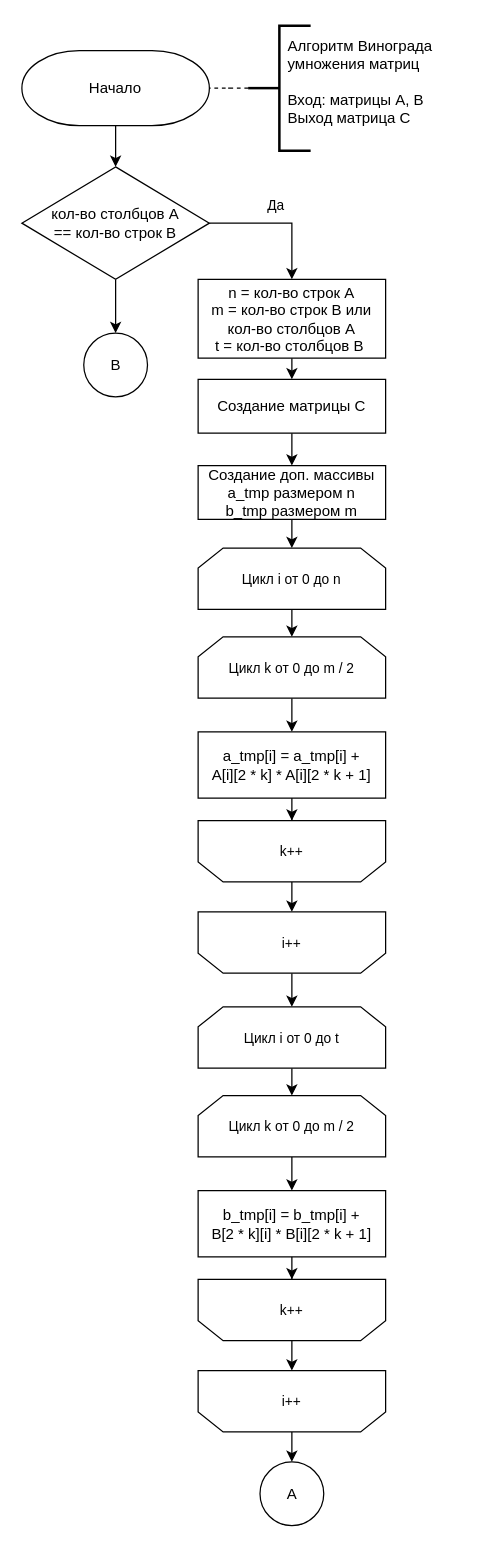
The draw.io diagram page "Vinograd_alg_1" (2 of 5) of lab_02/docs/img/algoritms.drawio in Mansurow/bmstu-iu7-5sem-AA, before the edit. Source tidied: cells renumbered, new cells numbered last; positions are measured from the earlier drawing's top-left corner, leaving out a move shared by most shapes. Both pictures are drawn from the tidied source at 125%, with x=0, y=0 at pixel (21, 25).
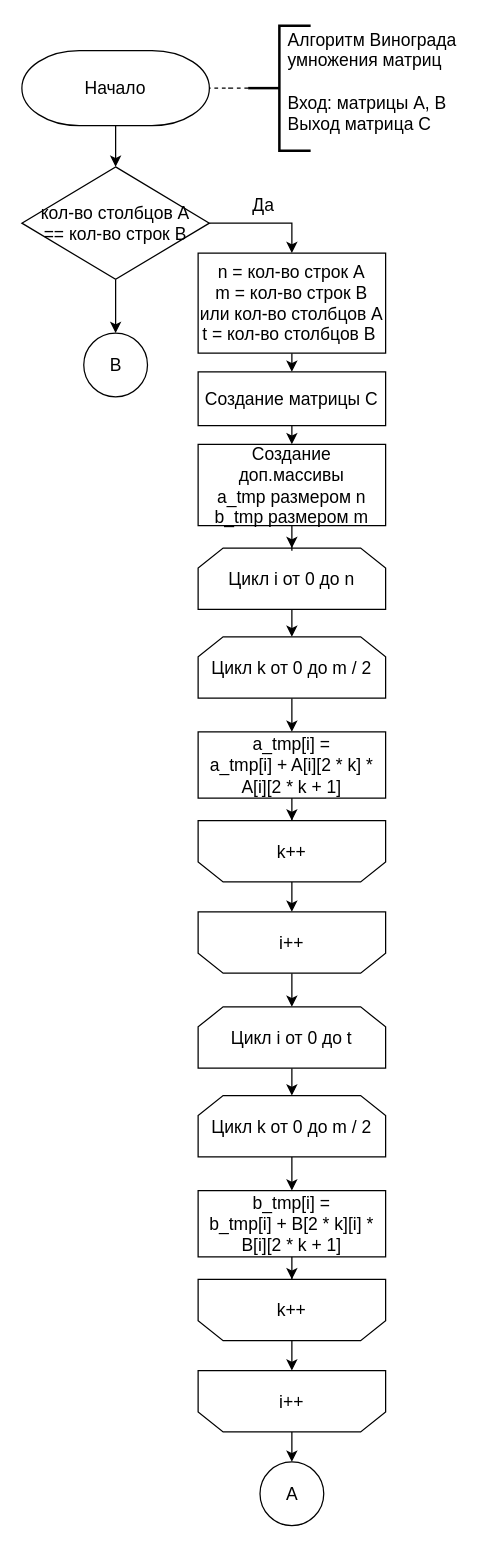
After the change.

Diff of the diagram source:
```diff
@@
-    <mxCell id="2" style="edgeStyle=orthogonalEdgeStyle;rounded=0;jettySize=auto;html=1;" parent="1" edge="1" source="3" target="7">
+    <mxCell id="2" style="edgeStyle=orthogonalEdgeStyle;rounded=0;jettySize=auto;html=1;fontSize=14;" parent="1" edge="1" source="3" target="7">
       <mxGeometry relative="1" as="geometry" />
     </mxCell>
-    <mxCell id="3" value="Начало" style="strokeWidth=1;html=1;shape=mxgraph.flowchart.terminator;whiteSpace=wrap;" parent="1" vertex="1">
+    <mxCell id="3" value="Начало" style="strokeWidth=1;html=1;shape=mxgraph.flowchart.terminator;whiteSpace=wrap;fontSize=14;" parent="1" vertex="1">
       <mxGeometry y="20" width="150" height="60" as="geometry" />
     </mxCell>
-    <mxCell id="4" style="edgeStyle=orthogonalEdgeStyle;rounded=0;jettySize=auto;html=1;exitX=1;exitY=0.5;exitDx=0;exitDy=0;" parent="1" edge="1" source="7" target="9">
+    <mxCell id="4" style="edgeStyle=orthogonalEdgeStyle;rounded=0;jettySize=auto;html=1;exitX=1;exitY=0.5;exitDx=0;exitDy=0;fontSize=14;" parent="1" edge="1" source="7" target="9">
       <mxGeometry relative="1" as="geometry" />
     </mxCell>
-    <mxCell id="5" value="Да" style="edgeLabel;html=1;align=center;verticalAlign=middle;" parent="4" vertex="1">
+    <mxCell id="5" value="Да" style="edgeLabel;html=1;align=center;verticalAlign=middle;fontSize=14;" parent="4" vertex="1">
       <mxGeometry x="-0.06" y="-1" relative="1" as="geometry">
         <mxPoint y="-16" as="offset" />
       </mxGeometry>
     </mxCell>
-    <mxCell id="6" style="edgeStyle=orthogonalEdgeStyle;rounded=0;jettySize=auto;html=1;exitX=0.5;exitY=1;exitDx=0;exitDy=0;endArrow=classic;endFill=1;" parent="1" edge="1" source="7" target="38">
+    <mxCell id="6" style="edgeStyle=orthogonalEdgeStyle;rounded=0;jettySize=auto;html=1;exitX=0.5;exitY=1;exitDx=0;exitDy=0;endArrow=classic;endFill=1;fontSize=14;" parent="1" edge="1" source="7" target="38">
       <mxGeometry relative="1" as="geometry" />
     </mxCell>
-    <mxCell id="7" value="кол-во столбцов A &lt;br&gt;== кол-во строк B" style="rhombus;whiteSpace=wrap;html=1;" parent="1" vertex="1">
+    <mxCell id="7" value="кол-во столбцов A &lt;br style=&quot;font-size: 14px;&quot;&gt;== кол-во строк B" style="rhombus;whiteSpace=wrap;html=1;fontSize=14;" parent="1" vertex="1">
       <mxGeometry y="113" width="150" height="90" as="geometry" />
     </mxCell>
-    <mxCell id="8" style="edgeStyle=orthogonalEdgeStyle;rounded=0;jettySize=auto;html=1;exitX=0.5;exitY=1;exitDx=0;exitDy=0;entryX=0.5;entryY=0;entryDx=0;entryDy=0;endArrow=classic;endFill=1;" parent="1" edge="1" source="9" target="16">
+    <mxCell id="8" style="edgeStyle=orthogonalEdgeStyle;rounded=0;jettySize=auto;html=1;exitX=0.5;exitY=1;exitDx=0;exitDy=0;entryX=0.5;entryY=0;entryDx=0;entryDy=0;endArrow=classic;endFill=1;fontSize=14;" parent="1" edge="1" source="9" target="16">
       <mxGeometry relative="1" as="geometry" />
     </mxCell>
-    <mxCell id="9" value="n = кол-во строк A&lt;br&gt;m = кол-во строк B или кол-во столбцов A&lt;br&gt;t = кол-во столбцов B&amp;nbsp;" style="rounded=0;whiteSpace=wrap;html=1;absoluteArcSize=1;arcSize=14;strokeWidth=1;" parent="1" vertex="1">
-      <mxGeometry x="141" y="203" width="150" height="63" as="geometry" />
+    <mxCell id="9" value="n = кол-во строк A&lt;br style=&quot;font-size: 14px;&quot;&gt;m = кол-во строк B или кол-во столбцов A&lt;br style=&quot;font-size: 14px;&quot;&gt;t = кол-во столбцов B&amp;nbsp;" style="rounded=0;whiteSpace=wrap;html=1;absoluteArcSize=1;arcSize=14;strokeWidth=1;fontSize=14;" parent="1" vertex="1">
+      <mxGeometry x="141" y="182" width="150" height="80" as="geometry" />
     </mxCell>
-    <mxCell id="10" style="edgeStyle=orthogonalEdgeStyle;rounded=0;jettySize=auto;html=1;endArrow=classic;endFill=1;" parent="1" edge="1" source="11" target="20">
+    <mxCell id="10" style="edgeStyle=orthogonalEdgeStyle;rounded=0;jettySize=auto;html=1;endArrow=classic;endFill=1;fontSize=14;" parent="1" edge="1" source="11" target="20">
       <mxGeometry relative="1" as="geometry" />
     </mxCell>
-    <mxCell id="11" value="&lt;span style=&quot;font-size: 11px;&quot;&gt;Цикл i от 0 до n&lt;/span&gt;" style="shape=loopLimit;whiteSpace=wrap;html=1;" parent="1" vertex="1">
+    <mxCell id="11" value="&lt;span style=&quot;font-size: 14px;&quot;&gt;Цикл i от 0 до n&lt;/span&gt;" style="shape=loopLimit;whiteSpace=wrap;html=1;fontSize=14;" parent="1" vertex="1">
       <mxGeometry x="141" y="418" width="150" height="49" as="geometry" />
     </mxCell>
-    <mxCell id="12" style="edgeStyle=orthogonalEdgeStyle;rounded=0;jettySize=auto;html=1;endArrow=none;endFill=0;dashed=1;" parent="1" edge="1" source="13" target="3">
+    <mxCell id="12" style="edgeStyle=orthogonalEdgeStyle;rounded=0;jettySize=auto;html=1;endArrow=none;endFill=0;dashed=1;fontSize=14;" parent="1" edge="1" source="13" target="3">
       <mxGeometry relative="1" as="geometry" />
     </mxCell>
-    <mxCell id="13" style="strokeWidth=2;html=1;shape=mxgraph.flowchart.annotation_2;align=left;labelPosition=right;" parent="1" vertex="1">
+    <mxCell id="13" style="strokeWidth=2;html=1;shape=mxgraph.flowchart.annotation_2;align=left;labelPosition=right;fontSize=14;" parent="1" vertex="1">
       <mxGeometry x="181" width="50" height="100" as="geometry" />
     </mxCell>
-    <mxCell id="14" value="Алгоритм Винограда&lt;br&gt;умножения матриц&lt;br&gt;&lt;br&gt;Вход: матрицы A, B&lt;br&gt;Выход матрица С" style="text;html=1;align=left;verticalAlign=middle;strokeColor=none;fillColor=none;" parent="1" vertex="1">
-      <mxGeometry x="211" y="3" width="134" height="84" as="geometry" />
+    <mxCell id="14" value="Алгоритм Винограда&lt;br style=&quot;font-size: 14px;&quot;&gt;умножения матриц&lt;br style=&quot;font-size: 14px;&quot;&gt;&lt;br style=&quot;font-size: 14px;&quot;&gt;Вход: матрицы A, B&lt;br style=&quot;font-size: 14px;&quot;&gt;Выход матрица С" style="text;html=1;align=left;verticalAlign=middle;strokeColor=none;fillColor=none;fontSize=14;" parent="1" vertex="1">
+      <mxGeometry x="211" y="-3" width="153" height="96" as="geometry" />
     </mxCell>
-    <mxCell id="15" style="edgeStyle=orthogonalEdgeStyle;rounded=0;jettySize=auto;html=1;exitX=0.5;exitY=1;exitDx=0;exitDy=0;entryX=0.5;entryY=0;entryDx=0;entryDy=0;endArrow=classic;endFill=1;" parent="1" edge="1" source="16" target="18">
+    <mxCell id="15" style="edgeStyle=orthogonalEdgeStyle;rounded=0;jettySize=auto;html=1;exitX=0.5;exitY=1;exitDx=0;exitDy=0;entryX=0.5;entryY=0;entryDx=0;entryDy=0;endArrow=classic;endFill=1;fontSize=14;" parent="1" edge="1" source="16" target="18">
       <mxGeometry relative="1" as="geometry" />
     </mxCell>
-    <mxCell id="16" value="Создание матрицы C" style="rounded=0;whiteSpace=wrap;html=1;absoluteArcSize=1;arcSize=14;strokeWidth=1;" parent="1" vertex="1">
-      <mxGeometry x="141" y="283" width="150" height="43" as="geometry" />
+    <mxCell id="16" value="Создание матрицы C" style="rounded=0;whiteSpace=wrap;html=1;absoluteArcSize=1;arcSize=14;strokeWidth=1;fontSize=14;" parent="1" vertex="1">
+      <mxGeometry x="141" y="277" width="150" height="43" as="geometry" />
     </mxCell>
-    <mxCell id="17" style="edgeStyle=orthogonalEdgeStyle;rounded=0;jettySize=auto;html=1;endArrow=classic;endFill=1;" parent="1" edge="1" source="18" target="11">
+    <mxCell id="17" style="edgeStyle=orthogonalEdgeStyle;rounded=0;jettySize=auto;html=1;endArrow=classic;endFill=1;fontSize=14;" parent="1" edge="1" source="18" target="11">
       <mxGeometry relative="1" as="geometry" />
     </mxCell>
-    <mxCell id="18" value="Создание доп. массивы&lt;br&gt;a_tmp размером n&lt;br&gt;b_tmp размером m" style="rounded=0;whiteSpace=wrap;html=1;absoluteArcSize=1;arcSize=14;strokeWidth=1;" parent="1" vertex="1">
-      <mxGeometry x="141" y="352" width="150" height="43" as="geometry" />
+    <mxCell id="18" value="Создание доп.массивы&lt;br style=&quot;font-size: 14px;&quot;&gt;a_tmp размером n&lt;br style=&quot;font-size: 14px;&quot;&gt;b_tmp размером m" style="rounded=0;whiteSpace=wrap;html=1;absoluteArcSize=1;arcSize=14;strokeWidth=1;fontSize=14;" parent="1" vertex="1">
+      <mxGeometry x="141" y="335" width="150" height="65" as="geometry" />
     </mxCell>
-    <mxCell id="19" style="edgeStyle=orthogonalEdgeStyle;rounded=0;jettySize=auto;html=1;endArrow=classic;endFill=1;" parent="1" edge="1" source="20" target="22">
+    <mxCell id="19" style="edgeStyle=orthogonalEdgeStyle;rounded=0;jettySize=auto;html=1;endArrow=classic;endFill=1;fontSize=14;" parent="1" edge="1" source="20" target="22">
       <mxGeometry relative="1" as="geometry" />
     </mxCell>
-    <mxCell id="20" value="&lt;span style=&quot;font-size: 11px;&quot;&gt;Цикл k от 0 до m / 2&lt;br&gt;&lt;/span&gt;" style="shape=loopLimit;whiteSpace=wrap;html=1;" parent="1" vertex="1">
+    <mxCell id="20" value="&lt;span style=&quot;font-size: 14px;&quot;&gt;Цикл k от 0 до m / 2&lt;br style=&quot;font-size: 14px;&quot;&gt;&lt;/span&gt;" style="shape=loopLimit;whiteSpace=wrap;html=1;fontSize=14;" parent="1" vertex="1">
       <mxGeometry x="141" y="489" width="150" height="49" as="geometry" />
     </mxCell>
-    <mxCell id="21" style="edgeStyle=orthogonalEdgeStyle;rounded=0;jettySize=auto;html=1;endArrow=classic;endFill=1;" parent="1" edge="1" source="22" target="26">
+    <mxCell id="21" style="edgeStyle=orthogonalEdgeStyle;rounded=0;jettySize=auto;html=1;endArrow=classic;endFill=1;fontSize=14;" parent="1" edge="1" source="22" target="26">
       <mxGeometry relative="1" as="geometry" />
     </mxCell>
-    <mxCell id="22" value="a_tmp[i] = a_tmp[i] + &lt;br&gt;A[i][2 * k] * A[i][2 * k + 1]" style="rounded=0;whiteSpace=wrap;html=1;absoluteArcSize=1;arcSize=14;strokeWidth=1;" parent="1" vertex="1">
+    <mxCell id="22" value="a_tmp[i] = &lt;br&gt;a_tmp[i] + A[i][2 * k] * &lt;br&gt;A[i][2 * k + 1]" style="rounded=0;whiteSpace=wrap;html=1;absoluteArcSize=1;arcSize=14;strokeWidth=1;fontSize=14;" parent="1" vertex="1">
       <mxGeometry x="141" y="565" width="150" height="53" as="geometry" />
     </mxCell>
-    <mxCell id="23" style="edgeStyle=orthogonalEdgeStyle;rounded=0;jettySize=auto;html=1;endArrow=classic;endFill=1;" parent="1" edge="1" source="24" target="28">
+    <mxCell id="23" style="edgeStyle=orthogonalEdgeStyle;rounded=0;jettySize=auto;html=1;endArrow=classic;endFill=1;fontSize=14;" parent="1" edge="1" source="24" target="28">
       <mxGeometry relative="1" as="geometry" />
     </mxCell>
-    <mxCell id="24" value="&lt;span style=&quot;font-size: 11px;&quot;&gt;i++&lt;br&gt;&lt;/span&gt;" style="shape=loopLimit;whiteSpace=wrap;html=1;direction=west;" parent="1" vertex="1">
+    <mxCell id="24" value="&lt;span style=&quot;font-size: 14px;&quot;&gt;i++&lt;br style=&quot;font-size: 14px;&quot;&gt;&lt;/span&gt;" style="shape=loopLimit;whiteSpace=wrap;html=1;direction=west;fontSize=14;" parent="1" vertex="1">
       <mxGeometry x="141" y="709" width="150" height="49" as="geometry" />
     </mxCell>
-    <mxCell id="25" style="edgeStyle=orthogonalEdgeStyle;rounded=0;jettySize=auto;html=1;entryX=0.5;entryY=1;entryDx=0;entryDy=0;endArrow=classic;endFill=1;" parent="1" edge="1" source="26" target="24">
+    <mxCell id="25" style="edgeStyle=orthogonalEdgeStyle;rounded=0;jettySize=auto;html=1;entryX=0.5;entryY=1;entryDx=0;entryDy=0;endArrow=classic;endFill=1;fontSize=14;" parent="1" edge="1" source="26" target="24">
       <mxGeometry relative="1" as="geometry" />
     </mxCell>
-    <mxCell id="26" value="&lt;span style=&quot;font-size: 11px;&quot;&gt;k++&lt;br&gt;&lt;/span&gt;" style="shape=loopLimit;whiteSpace=wrap;html=1;direction=west;" parent="1" vertex="1">
+    <mxCell id="26" value="&lt;span style=&quot;font-size: 14px;&quot;&gt;k++&lt;br style=&quot;font-size: 14px;&quot;&gt;&lt;/span&gt;" style="shape=loopLimit;whiteSpace=wrap;html=1;direction=west;fontSize=14;" parent="1" vertex="1">
       <mxGeometry x="141" y="636" width="150" height="49" as="geometry" />
     </mxCell>
-    <mxCell id="27" style="edgeStyle=orthogonalEdgeStyle;rounded=0;jettySize=auto;html=1;endArrow=classic;endFill=1;" parent="1" edge="1" source="28" target="30">
+    <mxCell id="27" style="edgeStyle=orthogonalEdgeStyle;rounded=0;jettySize=auto;html=1;endArrow=classic;endFill=1;fontSize=14;" parent="1" edge="1" source="28" target="30">
       <mxGeometry relative="1" as="geometry" />
     </mxCell>
-    <mxCell id="28" value="&lt;span style=&quot;font-size: 11px;&quot;&gt;Цикл i от 0 до t&lt;/span&gt;" style="shape=loopLimit;whiteSpace=wrap;html=1;" parent="1" vertex="1">
+    <mxCell id="28" value="&lt;span style=&quot;font-size: 14px;&quot;&gt;Цикл i от 0 до t&lt;/span&gt;" style="shape=loopLimit;whiteSpace=wrap;html=1;fontSize=14;" parent="1" vertex="1">
       <mxGeometry x="141" y="785" width="150" height="49" as="geometry" />
     </mxCell>
-    <mxCell id="29" style="edgeStyle=orthogonalEdgeStyle;rounded=0;jettySize=auto;html=1;endArrow=classic;endFill=1;" parent="1" edge="1" source="30" target="32">
+    <mxCell id="29" style="edgeStyle=orthogonalEdgeStyle;rounded=0;jettySize=auto;html=1;endArrow=classic;endFill=1;fontSize=14;" parent="1" edge="1" source="30" target="32">
       <mxGeometry relative="1" as="geometry" />
     </mxCell>
-    <mxCell id="30" value="&lt;span style=&quot;font-size: 11px;&quot;&gt;Цикл k от 0 до m / 2&lt;br&gt;&lt;/span&gt;" style="shape=loopLimit;whiteSpace=wrap;html=1;" parent="1" vertex="1">
+    <mxCell id="30" value="&lt;span style=&quot;font-size: 14px;&quot;&gt;Цикл k от 0 до m / 2&lt;br style=&quot;font-size: 14px;&quot;&gt;&lt;/span&gt;" style="shape=loopLimit;whiteSpace=wrap;html=1;fontSize=14;" parent="1" vertex="1">
       <mxGeometry x="141" y="856" width="150" height="49" as="geometry" />
     </mxCell>
-    <mxCell id="31" style="edgeStyle=orthogonalEdgeStyle;rounded=0;jettySize=auto;html=1;endArrow=classic;endFill=1;" parent="1" edge="1" source="32" target="36">
+    <mxCell id="31" style="edgeStyle=orthogonalEdgeStyle;rounded=0;jettySize=auto;html=1;endArrow=classic;endFill=1;fontSize=14;" parent="1" edge="1" source="32" target="36">
       <mxGeometry relative="1" as="geometry" />
     </mxCell>
-    <mxCell id="32" value="b_tmp[i] = b_tmp[i] + &lt;br&gt;B[2 * k][i] * B[i][2 * k + 1]" style="rounded=0;whiteSpace=wrap;html=1;absoluteArcSize=1;arcSize=14;strokeWidth=1;" parent="1" vertex="1">
+    <mxCell id="32" value="b_tmp[i] = &lt;br&gt;b_tmp[i] + B[2 * k][i] * &lt;br&gt;B[i][2 * k + 1]" style="rounded=0;whiteSpace=wrap;html=1;absoluteArcSize=1;arcSize=14;strokeWidth=1;fontSize=14;" parent="1" vertex="1">
       <mxGeometry x="141" y="932" width="150" height="53" as="geometry" />
     </mxCell>
-    <mxCell id="33" style="edgeStyle=orthogonalEdgeStyle;rounded=0;jettySize=auto;html=1;endArrow=classic;endFill=1;" parent="1" edge="1" source="34" target="37">
+    <mxCell id="33" style="edgeStyle=orthogonalEdgeStyle;rounded=0;jettySize=auto;html=1;endArrow=classic;endFill=1;fontSize=14;" parent="1" edge="1" source="34" target="37">
       <mxGeometry relative="1" as="geometry" />
     </mxCell>
-    <mxCell id="34" value="&lt;span style=&quot;font-size: 11px;&quot;&gt;i++&lt;br&gt;&lt;/span&gt;" style="shape=loopLimit;whiteSpace=wrap;html=1;direction=west;" parent="1" vertex="1">
+    <mxCell id="34" value="&lt;span style=&quot;font-size: 14px;&quot;&gt;i++&lt;br style=&quot;font-size: 14px;&quot;&gt;&lt;/span&gt;" style="shape=loopLimit;whiteSpace=wrap;html=1;direction=west;fontSize=14;" parent="1" vertex="1">
       <mxGeometry x="141" y="1076" width="150" height="49" as="geometry" />
     </mxCell>
-    <mxCell id="35" style="edgeStyle=orthogonalEdgeStyle;rounded=0;jettySize=auto;html=1;entryX=0.5;entryY=1;entryDx=0;entryDy=0;endArrow=classic;endFill=1;" parent="1" edge="1" source="36" target="34">
+    <mxCell id="35" style="edgeStyle=orthogonalEdgeStyle;rounded=0;jettySize=auto;html=1;entryX=0.5;entryY=1;entryDx=0;entryDy=0;endArrow=classic;endFill=1;fontSize=14;" parent="1" edge="1" source="36" target="34">
       <mxGeometry relative="1" as="geometry" />
     </mxCell>
-    <mxCell id="36" value="&lt;span style=&quot;font-size: 11px;&quot;&gt;k++&lt;br&gt;&lt;/span&gt;" style="shape=loopLimit;whiteSpace=wrap;html=1;direction=west;" parent="1" vertex="1">
+    <mxCell id="36" value="&lt;span style=&quot;font-size: 14px;&quot;&gt;k++&lt;br style=&quot;font-size: 14px;&quot;&gt;&lt;/span&gt;" style="shape=loopLimit;whiteSpace=wrap;html=1;direction=west;fontSize=14;" parent="1" vertex="1">
       <mxGeometry x="141" y="1003" width="150" height="49" as="geometry" />
     </mxCell>
-    <mxCell id="37" value="A" style="ellipse;whiteSpace=wrap;html=1;" parent="1" vertex="1">
+    <mxCell id="37" value="A" style="ellipse;whiteSpace=wrap;html=1;fontSize=14;" parent="1" vertex="1">
       <mxGeometry x="190.5" y="1149" width="51" height="51" as="geometry" />
     </mxCell>
-    <mxCell id="38" value="B" style="ellipse;whiteSpace=wrap;html=1;" parent="1" vertex="1">
+    <mxCell id="38" value="B" style="ellipse;whiteSpace=wrap;html=1;fontSize=14;" parent="1" vertex="1">
       <mxGeometry x="49.5" y="246" width="51" height="51" as="geometry" />
     </mxCell>
```
